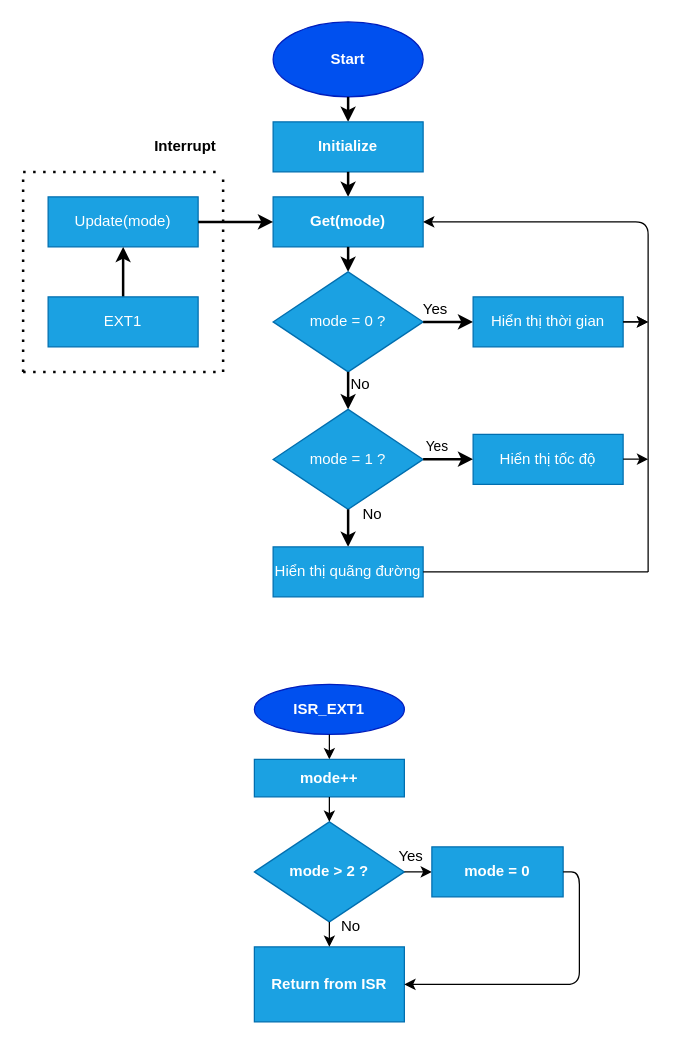
Above: page "Page-4" (4 of 4) of Untitled Diagram.drawio in truongvanthinh/AutonomousCar (draw.io), before the change. Source tidied: cells renumbered, new cells numbered last; positions are measured from the earlier drawing's top-left corner, leaving out a move shared by most shapes. Both pictures are drawn from the tidied source at 125%, with x=0, y=0 at pixel (22, 21).
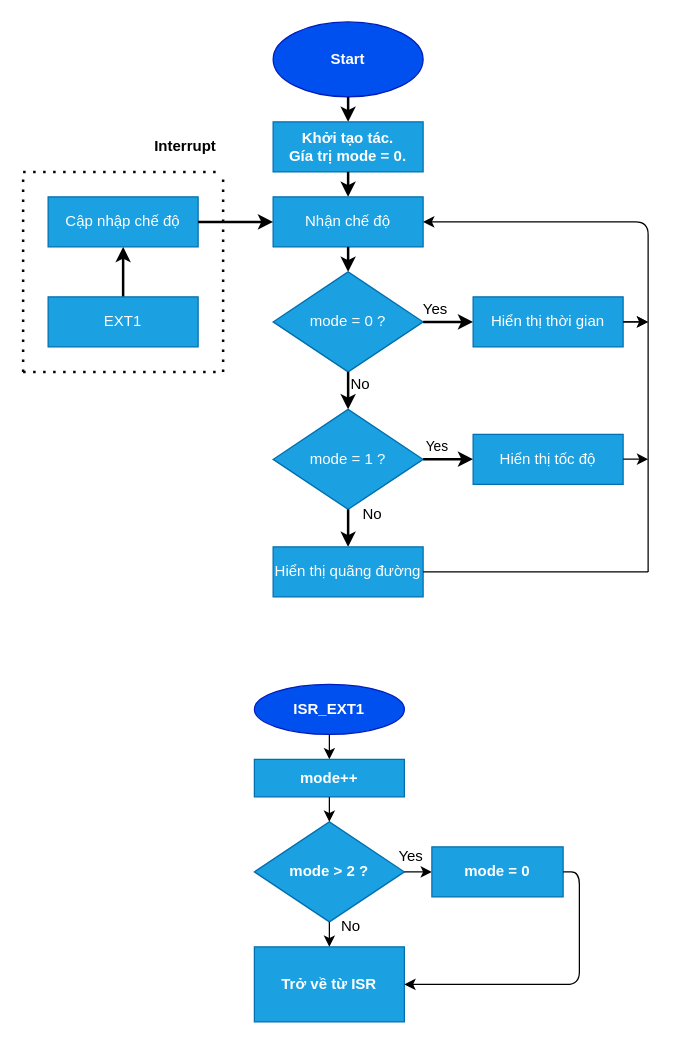
After the change.

Change to the diagram source:
```diff
@@
-    <mxCell id="4" value="&lt;b&gt;Initialize&lt;/b&gt;" style="rounded=0;whiteSpace=wrap;html=1;fillColor=#1ba1e2;strokeColor=#006EAF;fontColor=#ffffff;" parent="1" vertex="1">
+    <mxCell id="4" value="&lt;b&gt;Khởi tạo tác.&lt;br&gt;Gía trị mode = 0.&lt;br&gt;&lt;/b&gt;" style="rounded=0;whiteSpace=wrap;html=1;fillColor=#1ba1e2;strokeColor=#006EAF;fontColor=#ffffff;" parent="1" vertex="1">
       <mxGeometry x="200" y="80" width="120" height="40" as="geometry" />
     </mxCell>
@@
-    <mxCell id="6" value="&lt;b&gt;Get(mode)&lt;/b&gt;" style="rounded=0;whiteSpace=wrap;html=1;fillColor=#1ba1e2;strokeColor=#006EAF;fontColor=#ffffff;" parent="1" vertex="1">
+    <mxCell id="6" value="Nhận chế độ" style="rounded=0;whiteSpace=wrap;html=1;fillColor=#1ba1e2;strokeColor=#006EAF;fontColor=#ffffff;" parent="1" vertex="1">
       <mxGeometry x="200" y="140" width="120" height="40" as="geometry" />
     </mxCell>
-    <mxCell id="7" value="Update(mode)" style="rounded=0;whiteSpace=wrap;html=1;fillColor=#1ba1e2;strokeColor=#006EAF;fontColor=#ffffff;" parent="1" vertex="1">
+    <mxCell id="7" value="Cập nhập chế độ" style="rounded=0;whiteSpace=wrap;html=1;fillColor=#1ba1e2;strokeColor=#006EAF;fontColor=#ffffff;" parent="1" vertex="1">
       <mxGeometry x="20" y="140" width="120" height="40" as="geometry" />
     </mxCell>
@@
-    <mxCell id="42" value="&lt;b&gt;Return from ISR&lt;/b&gt;" style="rounded=0;whiteSpace=wrap;html=1;fillColor=#1ba1e2;strokeColor=#006EAF;fontColor=#ffffff;" parent="1" vertex="1">
+    <mxCell id="42" value="&lt;b&gt;Trở về từ ISR&lt;/b&gt;" style="rounded=0;whiteSpace=wrap;html=1;fillColor=#1ba1e2;strokeColor=#006EAF;fontColor=#ffffff;" parent="1" vertex="1">
       <mxGeometry x="185" y="740" width="120" height="60" as="geometry" />
     </mxCell>
```
